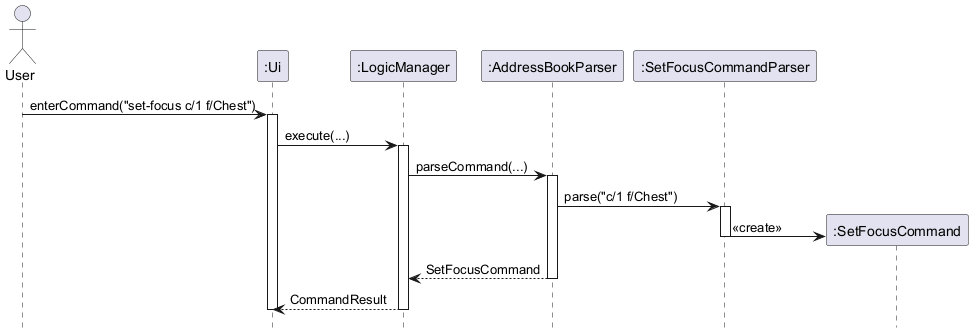
Earlier version of the PlantUML export docs/images/client-attributes/SetFocusSequenceDiagram-Parsing.png (AY2526S2-CS2103T-T17-1/tp). Source of this version:
```plantuml
@startuml
skinparam ArrowFontStyle plain
hide footbox

actor User
participant ":Ui" as Ui
participant ":LogicManager" as LogicManager
participant ":AddressBookParser" as AddressBookParser
participant ":SetFocusCommandParser" as SetFocusCommandParser
participant ":SetFocusCommand" as SetFocusCommand

User -> Ui : enterCommand("set-focus c/1 f/Chest")
activate Ui
Ui -> LogicManager : execute(...)
activate LogicManager
LogicManager -> AddressBookParser : parseCommand(...)
activate AddressBookParser
AddressBookParser -> SetFocusCommandParser : parse("c/1 f/Chest")
activate SetFocusCommandParser
create SetFocusCommand
SetFocusCommandParser -> SetFocusCommand : <<create>>
deactivate SetFocusCommandParser
AddressBookParser --> LogicManager : SetFocusCommand
deactivate AddressBookParser
LogicManager --> Ui : CommandResult
deactivate LogicManager
deactivate Ui
@enduml
```
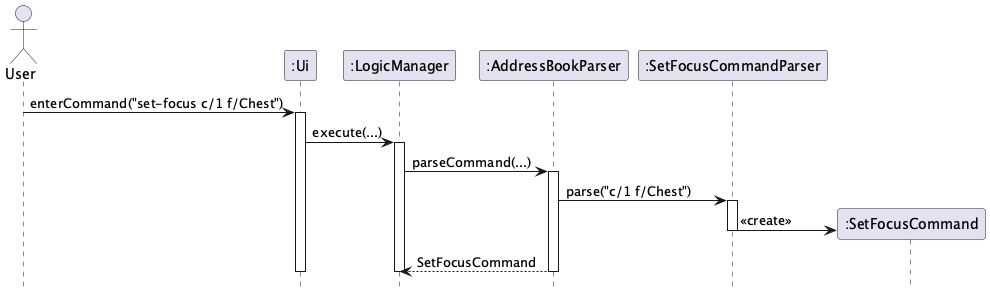
Above is the later version.

The edit, as a diff of the source:
```diff
@@ -22,7 +22,6 @@
 deactivate SetFocusCommandParser
 AddressBookParser --> LogicManager : SetFocusCommand
 deactivate AddressBookParser
-LogicManager --> Ui : CommandResult
 deactivate LogicManager
 deactivate Ui
 @enduml
```
